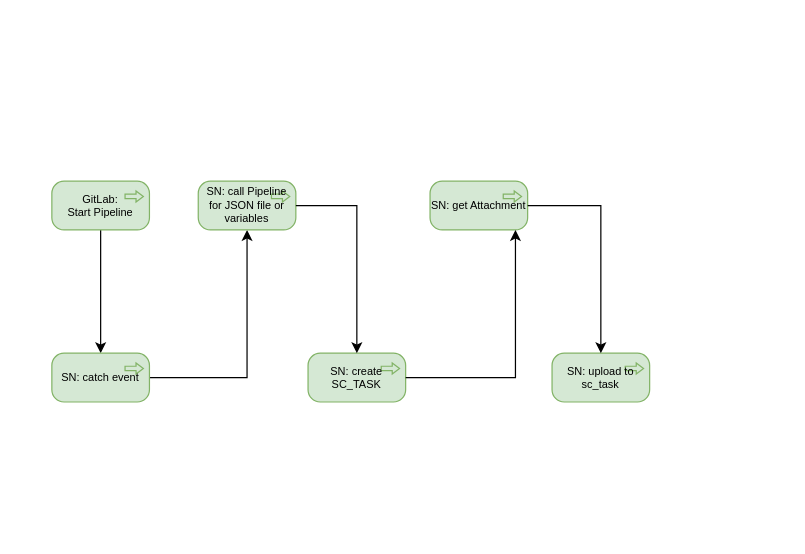
Earlier version of the draw.io diagram GitLab2SN.drawio (algimas/tmp). Source tidied: cells renumbered, new cells numbered last; positions are measured from the earlier drawing's top-left corner, leaving out a move shared by most shapes. Both pictures are drawn from the tidied source at 122%, with x=0, y=0 at pixel (51, 181).
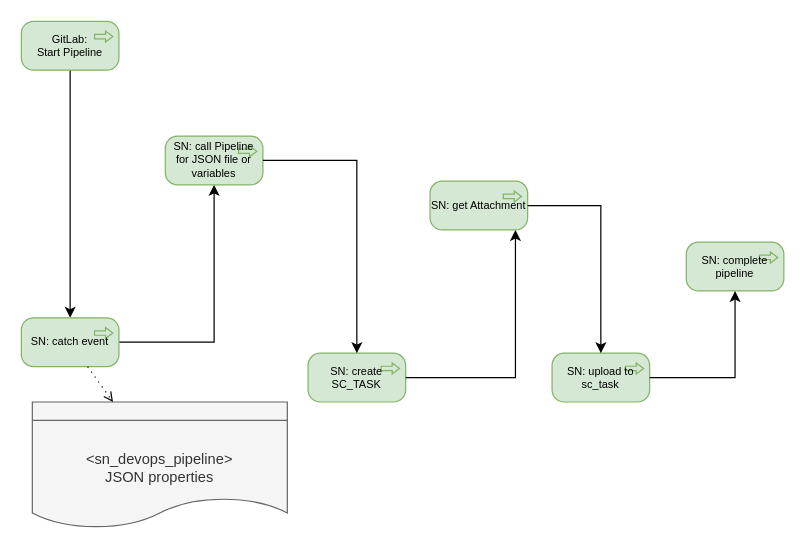
After the change.

The edit, as a diff of the source:
```diff
@@
 <mxGraphModel>
   <root>
     <mxCell id="0" />
     <mxCell id="1" parent="0" />
     <mxCell id="2" style="edgeStyle=orthogonalEdgeStyle;rounded=0;jettySize=auto;html=1;fontSize=9;" parent="1" edge="1" source="3" target="5">
       <mxGeometry relative="1" as="geometry" />
     </mxCell>
     <mxCell id="3" value="GitLab:&lt;br&gt;Start Pipeline" style="html=1;outlineConnect=0;whiteSpace=wrap;fillColor=#d5e8d4;shape=mxgraph.archimate3.application;appType=proc;archiType=rounded;fontSize=9;verticalAlign=middle;align=center;strokeColor=#82b366;" parent="1" vertex="1">
-      <mxGeometry width="80" height="40" as="geometry" />
+      <mxGeometry x="-25" y="-131" width="80" height="40" as="geometry" />
     </mxCell>
     <mxCell id="4" style="edgeStyle=orthogonalEdgeStyle;rounded=0;jettySize=auto;html=1;fontSize=9;" parent="1" edge="1" source="5" target="6">
       <mxGeometry relative="1" as="geometry" />
     </mxCell>
     <mxCell id="5" value="SN: catch event" style="html=1;outlineConnect=0;whiteSpace=wrap;fillColor=#d5e8d4;shape=mxgraph.archimate3.application;appType=proc;archiType=rounded;fontSize=9;strokeColor=#82b366;" parent="1" vertex="1">
-      <mxGeometry y="141" width="80" height="40" as="geometry" />
+      <mxGeometry x="-25" y="112" width="80" height="40" as="geometry" />
     </mxCell>
     <mxCell id="6" value="SN: call Pipeline for JSON file or variables" style="html=1;outlineConnect=0;whiteSpace=wrap;fillColor=#d5e8d4;shape=mxgraph.archimate3.application;appType=proc;archiType=rounded;fontSize=9;strokeColor=#82b366;" parent="1" vertex="1">
-      <mxGeometry x="120" width="80" height="40" as="geometry" />
+      <mxGeometry x="93" y="-37" width="80" height="40" as="geometry" />
     </mxCell>
     <mxCell id="7" value="SN: create SC_TASK" style="html=1;outlineConnect=0;whiteSpace=wrap;fillColor=#d5e8d4;shape=mxgraph.archimate3.application;appType=proc;archiType=rounded;fontSize=9;strokeColor=#82b366;" parent="1" vertex="1">
       <mxGeometry x="210" y="141" width="80" height="40" as="geometry" />
     </mxCell>
     <mxCell id="8" style="edgeStyle=orthogonalEdgeStyle;rounded=0;jettySize=auto;html=1;fontSize=9;" parent="1" edge="1" source="6" target="7">
       <mxGeometry relative="1" as="geometry" />
     </mxCell>
     <mxCell id="9" value="SN: get Attachment" style="html=1;outlineConnect=0;whiteSpace=wrap;fillColor=#d5e8d4;shape=mxgraph.archimate3.application;appType=proc;archiType=rounded;fontSize=9;strokeColor=#82b366;" parent="1" vertex="1">
       <mxGeometry x="310" width="80" height="40" as="geometry" />
     </mxCell>
     <mxCell id="10" value="SN: upload to sc_task" style="html=1;outlineConnect=0;whiteSpace=wrap;fillColor=#d5e8d4;shape=mxgraph.archimate3.application;appType=proc;archiType=rounded;fontSize=9;strokeColor=#82b366;" parent="1" vertex="1">
       <mxGeometry x="410" y="141" width="80" height="40" as="geometry" />
     </mxCell>
     <mxCell id="11" style="edgeStyle=orthogonalEdgeStyle;rounded=0;jettySize=auto;html=1;fontSize=9;" parent="1" edge="1" source="7" target="9">
       <mxGeometry relative="1" as="geometry">
         <Array as="points">
           <mxPoint x="380" y="161" />
         </Array>
       </mxGeometry>
     </mxCell>
     <mxCell id="12" style="edgeStyle=orthogonalEdgeStyle;rounded=0;jettySize=auto;html=1;fontSize=9;" parent="1" edge="1" source="9" target="10">
       <mxGeometry relative="1" as="geometry" />
     </mxCell>
+    <mxCell id="13" value="SN: complete pipeline" style="html=1;outlineConnect=0;whiteSpace=wrap;fillColor=#d5e8d4;shape=mxgraph.archimate3.application;appType=proc;archiType=rounded;fontSize=9;strokeColor=#82b366;" parent="1" vertex="1">
+      <mxGeometry x="520" y="50" width="80" height="40" as="geometry" />
+    </mxCell>
+    <mxCell id="14" style="edgeStyle=orthogonalEdgeStyle;rounded=0;jettySize=auto;html=1;fontSize=9;" parent="1" edge="1" source="10" target="13">
+      <mxGeometry relative="1" as="geometry" />
+    </mxCell>
+    <mxCell id="15" value="&lt;div&gt;&lt;span style=&quot;background-color: initial;&quot;&gt;&amp;lt;sn_devops_pipeline&amp;gt;&lt;/span&gt;&lt;/div&gt;&lt;div&gt;&lt;span style=&quot;background-color: initial;&quot;&gt;JSON properties&lt;/span&gt;&lt;br&gt;&lt;/div&gt;" style="html=1;outlineConnect=0;whiteSpace=wrap;fillColor=#f5f5f5;shape=mxgraph.archimate3.representation;fontSize=12;align=center;strokeColor=#666666;fontColor=#333333;" parent="1" vertex="1">
+      <mxGeometry x="-16" y="181" width="209" height="107" as="geometry" />
+    </mxCell>
+    <mxCell id="16" style="html=1;endArrow=open;elbow=vertical;endFill=0;dashed=1;dashPattern=1 4;rounded=0;fillColor=#00b9f2;" parent="1" edge="1" source="5" target="15">
+      <mxGeometry relative="1" as="geometry" />
+    </mxCell>
   </root>
 </mxGraphModel>
```
